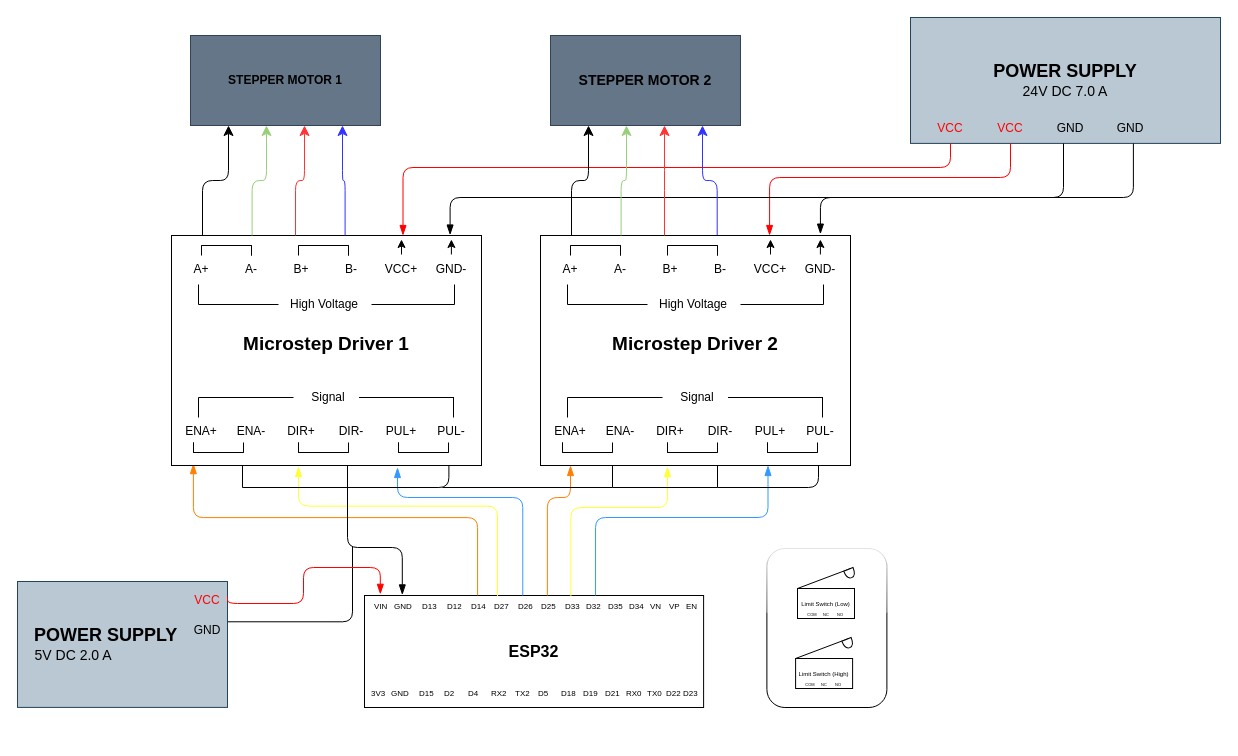
Above: Diagrams/Stepper-Driver-Esp32 Circuit Diagram.drawio in DattBhatt/Draw.io (draw.io), before the change. Source tidied: cells renumbered, new cells numbered last; positions are measured from the earlier drawing's top-left corner, leaving out a move shared by most shapes. Both pictures are drawn from the tidied source at 100%, with x=0, y=0 at pixel (17, 17).
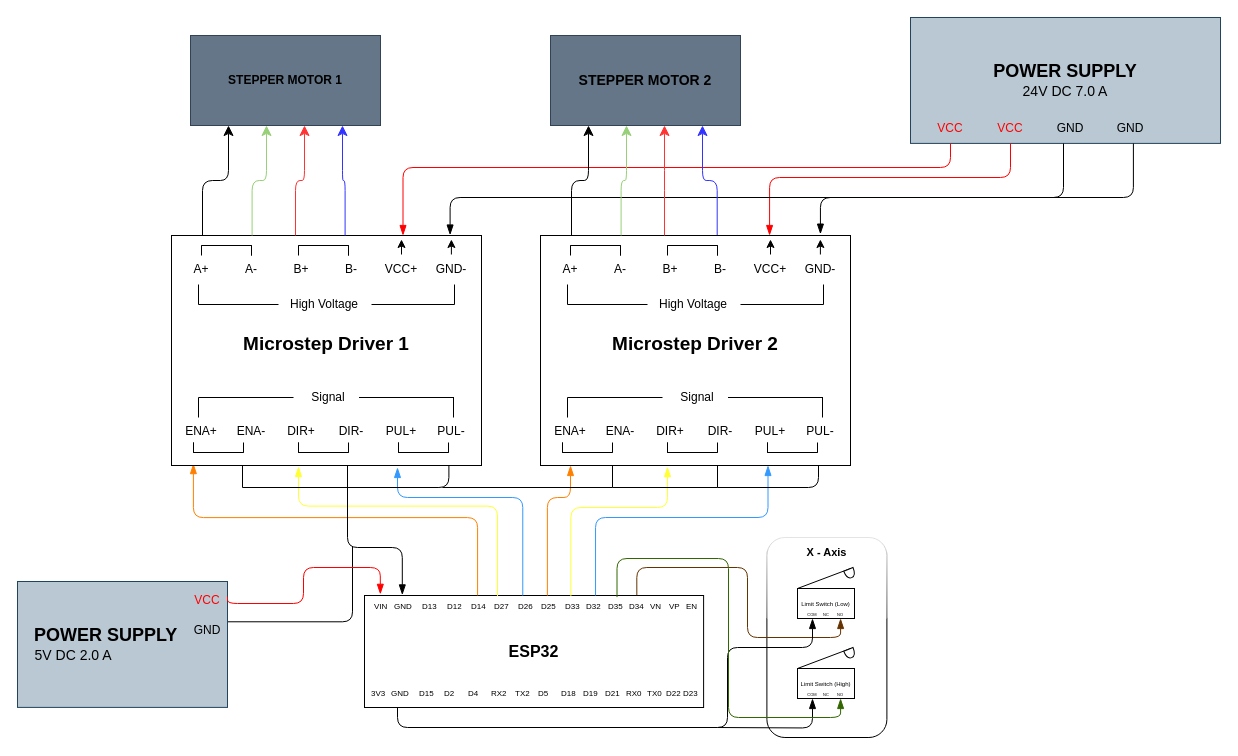
Above is the later version.

Unchanged cells that the change refers to:
```xml
<mxCell id="17" value="&lt;font style=&quot;font-size: 8px;&quot;&gt;D35&lt;/font&gt;" style="text;html=1;align=left;verticalAlign=middle;points=[];strokeColor=none;fillColor=none;rounded=0;imageAlign=center;imageWidth=24;spacing=0;" parent="5" vertex="1">
  <mxGeometry x="243.8" width="30" height="20" as="geometry" />
</mxCell>
<mxCell id="18" value="&lt;font style=&quot;font-size: 8px;&quot;&gt;D34&lt;/font&gt;" style="text;html=1;align=left;verticalAlign=middle;points=[];strokeColor=none;fillColor=none;rounded=0;imageAlign=center;imageWidth=24;spacing=0;" parent="5" vertex="1">
  <mxGeometry x="265.4" width="30" height="20" as="geometry" />
</mxCell>
<mxCell id="65" value="&lt;font style=&quot;font-size: 4px;&quot;&gt;COM&lt;/font&gt;" style="text;html=1;whiteSpace=wrap;strokeColor=none;fillColor=none;align=center;verticalAlign=middle;rounded=0;" parent="61" vertex="1">
  <mxGeometry x="10" y="39" width="10" height="12" as="geometry" />
</mxCell>
<mxCell id="67" value="&lt;font style=&quot;font-size: 4px;&quot;&gt;NO&lt;/font&gt;" style="text;html=1;whiteSpace=wrap;strokeColor=none;fillColor=none;align=center;verticalAlign=middle;rounded=0;" parent="61" vertex="1">
  <mxGeometry x="38.1" y="39" width="10" height="12" as="geometry" />
</mxCell>
<mxCell id="212" value="&lt;font style=&quot;font-size: 4px;&quot;&gt;COM&lt;/font&gt;" style="text;html=1;whiteSpace=wrap;strokeColor=none;fillColor=none;align=center;verticalAlign=middle;rounded=0;" parent="208" vertex="1">
  <mxGeometry x="10" y="39" width="10" height="12" as="geometry" />
</mxCell>
<mxCell id="214" value="&lt;font style=&quot;font-size: 4px;&quot;&gt;NO&lt;/font&gt;" style="text;html=1;whiteSpace=wrap;strokeColor=none;fillColor=none;align=center;verticalAlign=middle;rounded=0;" parent="208" vertex="1">
  <mxGeometry x="38.1" y="39" width="10" height="12" as="geometry" />
</mxCell>
```

Change to the diagram source:
```diff
@@
+    <mxCell id="215" style="group;" parent="1" vertex="1">
+      <mxGeometry x="749.4" y="520" width="120" height="200" as="geometry" />
+    </mxCell>
-    <mxCell id="2" style="rounded=1;whiteSpace=wrap;html=1;fillColor=default;glass=1;shadow=0;fillStyle=auto;gradientColor=none;fillOpacity=100;strokeOpacity=100;" parent="1" vertex="1">
-      <mxGeometry x="749.4" y="531" width="120" height="159" as="geometry" />
+    <mxCell id="2" style="rounded=1;whiteSpace=wrap;html=1;fillColor=default;glass=1;shadow=0;fillStyle=auto;gradientColor=none;fillOpacity=100;strokeOpacity=100;" parent="215" vertex="1">
+      <mxGeometry width="120" height="200" as="geometry" />
     </mxCell>
+    <mxCell id="216" value="&lt;font style=&quot;font-size: 11px;&quot;&gt;X - Axis&lt;/font&gt;" style="text;strokeColor=none;fillColor=none;html=1;fontSize=24;fontStyle=1;verticalAlign=middle;align=center;" parent="215" vertex="1">
+      <mxGeometry x="29.7" width="60.6" height="22.2" as="geometry" />
+    </mxCell>
@@
     <mxCell id="208" style="group;" parent="1" vertex="1">
-      <mxGeometry x="778.1" y="620" width="58.9" height="51" as="geometry" />
+      <mxGeometry x="780" y="630" width="58.9" height="51" as="geometry" />
     </mxCell>
@@
+    <mxCell id="217" style="edgeStyle=orthogonalEdgeStyle;elbow=vertical;endArrow=blockThin;html=1;rounded=1;endSize=8;startSize=8;strokeColor=light-dark(#663300,#663300);endFill=1;exitX=0.231;exitY=-0.014;exitDx=0;exitDy=0;exitPerimeter=0;entryX=0.5;entryY=1;entryDx=0;entryDy=0;" parent="1" edge="1" source="18" target="67">
+      <mxGeometry relative="1" as="geometry">
+        <Array as="points">
+          <mxPoint x="619" y="550" />
+          <mxPoint x="730" y="550" />
+          <mxPoint x="730" y="620" />
+          <mxPoint x="823" y="620" />
+        </Array>
+      </mxGeometry>
+    </mxCell>
+    <mxCell id="218" style="edgeStyle=orthogonalEdgeStyle;elbow=vertical;endArrow=blockThin;html=1;rounded=1;endSize=8;startSize=8;strokeColor=light-dark(#000000,#000000);endFill=1;entryX=0.5;entryY=1;entryDx=0;entryDy=0;" parent="1" edge="1" target="65">
+      <mxGeometry relative="1" as="geometry">
+        <mxPoint x="380" y="690" as="sourcePoint" />
+        <Array as="points">
+          <mxPoint x="380" y="710" />
+          <mxPoint x="710" y="710" />
+          <mxPoint x="710" y="630" />
+          <mxPoint x="795" y="630" />
+        </Array>
+      </mxGeometry>
+    </mxCell>
+    <mxCell id="219" style="edgeStyle=orthogonalEdgeStyle;elbow=vertical;endArrow=blockThin;html=1;rounded=1;endSize=8;startSize=8;strokeColor=light-dark(#000000,#000000);endFill=1;entryX=0.5;entryY=1;entryDx=0;entryDy=0;" parent="1" edge="1" target="212">
+      <mxGeometry relative="1" as="geometry">
+        <mxPoint x="700" y="710" as="sourcePoint" />
+      </mxGeometry>
+    </mxCell>
+    <mxCell id="220" style="edgeStyle=orthogonalEdgeStyle;elbow=vertical;endArrow=blockThin;html=1;rounded=1;endSize=8;startSize=8;strokeColor=light-dark(#336600,#336600);endFill=1;exitX=0.29;exitY=0.079;exitDx=0;exitDy=0;exitPerimeter=0;entryX=0.5;entryY=1;entryDx=0;entryDy=0;" parent="1" edge="1" source="17" target="214">
+      <mxGeometry relative="1" as="geometry">
+        <Array as="points">
+          <mxPoint x="600" y="541" />
+          <mxPoint x="711" y="541" />
+          <mxPoint x="711" y="700" />
+          <mxPoint x="823" y="700" />
+        </Array>
+      </mxGeometry>
+    </mxCell>
```
